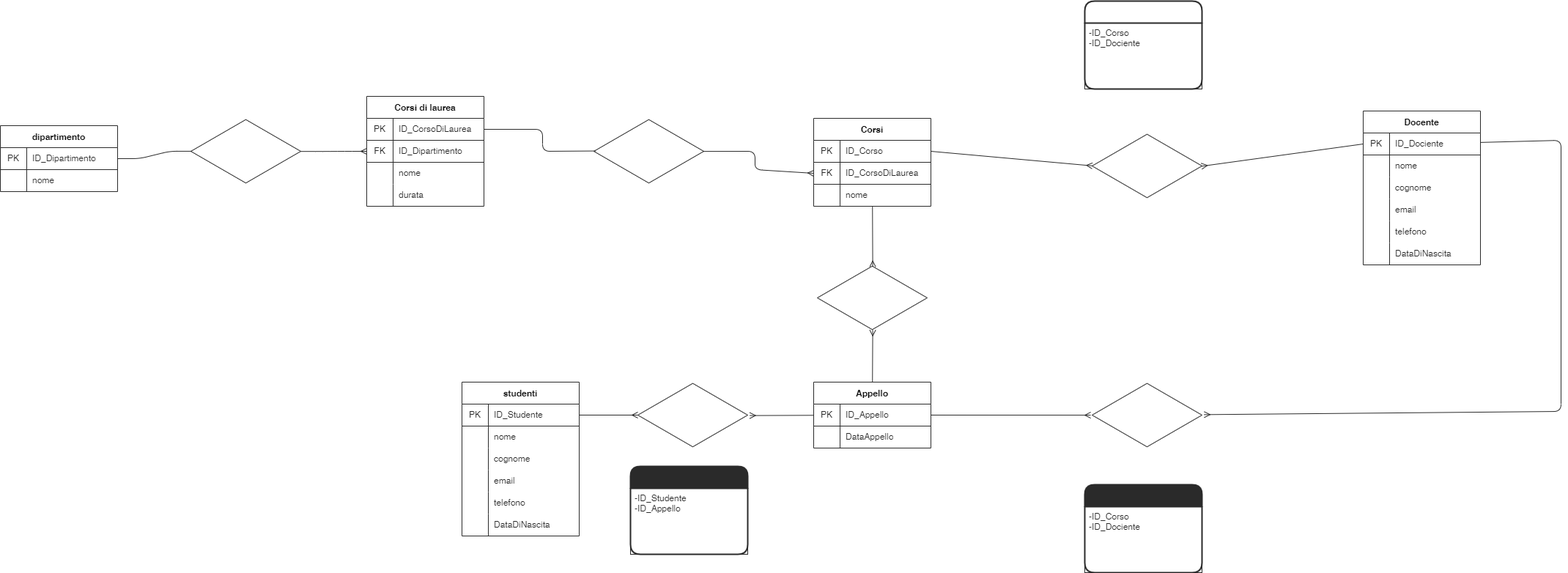
Before: flowchart.png, a diagram exported from draw.io (Belloni-Marco-Camillo/db-university). Source tidied: cells renumbered, new cells last; positions are measured from the earlier drawing's top-left corner, leaving out a move shared by most shapes.
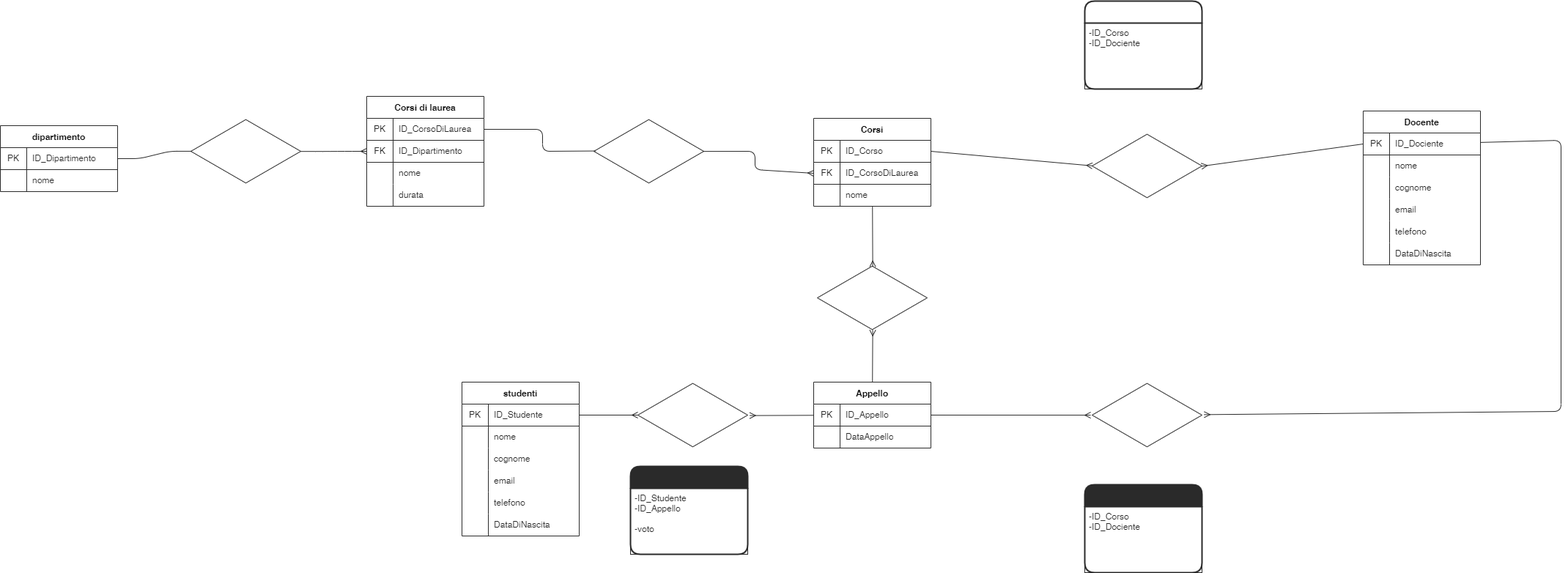
After the change.

Change to the diagram source:
```diff
@@ -311,7 +311,7 @@
     <mxCell id="99" style="swimlane;horizontal=1;startSize=30;rounded=1;fontSize=14;fontStyle=0;strokeWidth=2;shadow=0;dashed=0;align=center;fillColor=#2A2A2A;strokeColor=#2A2A2A;" parent="1" vertex="1">
       <mxGeometry x="860" y="635" width="160" height="120" as="geometry" />
     </mxCell>
-    <mxCell id="100" value="-ID_Studente&#10;-ID_Appello" style="align=left;strokeColor=#2A2A2A;fillColor=none;spacingLeft=4;fontSize=12;verticalAlign=top;fontColor=#2A2A2A;" parent="99" vertex="1">
+    <mxCell id="100" value="-ID_Studente&#10;-ID_Appello&#10;&#10;-voto" style="align=left;strokeColor=#2A2A2A;fillColor=none;spacingLeft=4;fontSize=12;verticalAlign=top;fontColor=#2A2A2A;" parent="99" vertex="1">
       <mxGeometry y="30" width="160" height="90" as="geometry" />
     </mxCell>
   </root>
```
